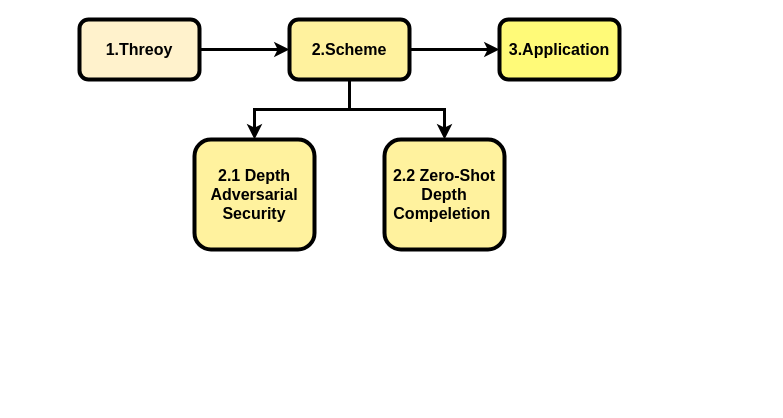
Above: RP/research_framework.drawio in KopiSoftware/draw_cc_cloud (draw.io), before the change. Source tidied: cells renumbered, new cells numbered last; positions are measured from the earlier drawing's top-left corner, leaving out a move shared by most shapes. Both pictures are drawn from the tidied source at 100%, with x=0, y=0 at pixel (79, 19).
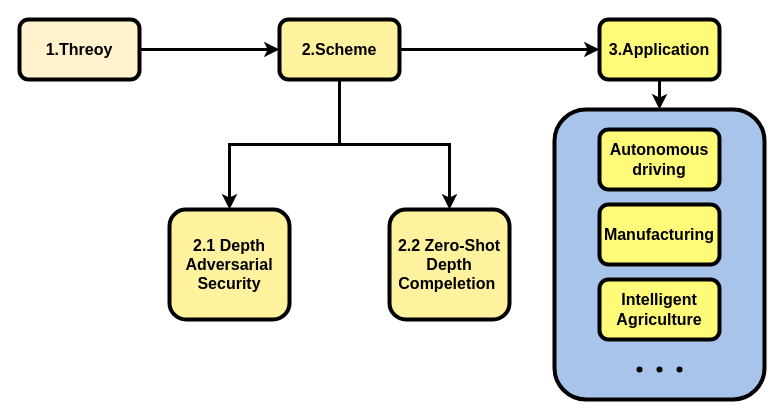
After the change.

Change to the diagram source:
```diff
@@
 <mxGraphModel>
   <root>
     <mxCell id="0" />
     <mxCell id="1" parent="0" />
+    <mxCell id="11" style="rounded=1;whiteSpace=wrap;html=1;strokeWidth=4;fillColor=#A9C4EB;strokeColor=#000000;" parent="1" vertex="1">
+      <mxGeometry x="475" y="90" width="210" height="290" as="geometry" />
+    </mxCell>
     <mxCell id="2" style="edgeStyle=orthogonalEdgeStyle;rounded=0;jettySize=auto;html=1;exitX=1;exitY=0.5;exitDx=0;exitDy=0;entryX=0;entryY=0.5;entryDx=0;entryDy=0;strokeWidth=3;" parent="1" edge="1" source="3" target="7">
       <mxGeometry relative="1" as="geometry" />
     </mxCell>
     <mxCell id="3" value="&lt;b&gt;&lt;font style=&quot;font-size: 16px;&quot;&gt;1.Threoy&lt;/font&gt;&lt;/b&gt;" style="rounded=1;whiteSpace=wrap;html=1;strokeWidth=4;fillColor=#fff2cc;strokeColor=#000000;" parent="1" vertex="1">
-      <mxGeometry width="120" height="60" as="geometry" />
+      <mxGeometry x="-60" width="120" height="60" as="geometry" />
     </mxCell>
     <mxCell id="4" style="edgeStyle=orthogonalEdgeStyle;rounded=0;jettySize=auto;html=1;exitX=0.5;exitY=1;exitDx=0;exitDy=0;entryX=0.5;entryY=0;entryDx=0;entryDy=0;strokeWidth=3;" parent="1" edge="1" source="7" target="10">
       <mxGeometry relative="1" as="geometry" />
     </mxCell>
     <mxCell id="5" style="edgeStyle=orthogonalEdgeStyle;rounded=0;jettySize=auto;html=1;exitX=0.5;exitY=1;exitDx=0;exitDy=0;entryX=0.5;entryY=0;entryDx=0;entryDy=0;strokeWidth=3;" parent="1" edge="1" source="7" target="9">
       <mxGeometry relative="1" as="geometry" />
     </mxCell>
     <mxCell id="6" style="edgeStyle=orthogonalEdgeStyle;rounded=0;jettySize=auto;html=1;exitX=1;exitY=0.5;exitDx=0;exitDy=0;entryX=0;entryY=0.5;entryDx=0;entryDy=0;strokeWidth=3;" parent="1" edge="1" source="7" target="8">
       <mxGeometry relative="1" as="geometry" />
     </mxCell>
     <mxCell id="7" value="&lt;b&gt;&lt;font style=&quot;font-size: 16px;&quot;&gt;2.Scheme&lt;/font&gt;&lt;/b&gt;" style="rounded=1;whiteSpace=wrap;html=1;strokeWidth=4;fillColor=#FFF29E;strokeColor=#000000;" parent="1" vertex="1">
-      <mxGeometry x="210" width="120" height="60" as="geometry" />
+      <mxGeometry x="200" width="120" height="60" as="geometry" />
     </mxCell>
+    <mxCell id="12" style="edgeStyle=orthogonalEdgeStyle;rounded=0;jettySize=auto;html=1;exitX=0.5;exitY=1;exitDx=0;exitDy=0;entryX=0.5;entryY=0;entryDx=0;entryDy=0;strokeWidth=3;" parent="1" edge="1" source="8" target="11">
+      <mxGeometry relative="1" as="geometry" />
+    </mxCell>
     <mxCell id="8" value="&lt;b&gt;&lt;font style=&quot;font-size: 16px;&quot;&gt;3.Application&lt;/font&gt;&lt;/b&gt;" style="rounded=1;whiteSpace=wrap;html=1;strokeWidth=4;fillColor=#FFFA78;" parent="1" vertex="1">
-      <mxGeometry x="420" width="120" height="60" as="geometry" />
+      <mxGeometry x="520" width="120" height="60" as="geometry" />
     </mxCell>
     <mxCell id="9" value="&lt;span style=&quot;font-size: 16px;&quot;&gt;&lt;b&gt;2.2 Zero-Shot&lt;br&gt;Depth&lt;br&gt;Compeletion&amp;nbsp;&lt;/b&gt;&lt;/span&gt;" style="rounded=1;whiteSpace=wrap;html=1;strokeWidth=4;fillColor=#FFF29E;" parent="1" vertex="1">
-      <mxGeometry x="305" y="120" width="120" height="110" as="geometry" />
+      <mxGeometry x="310" y="190" width="120" height="110" as="geometry" />
     </mxCell>
     <mxCell id="10" value="&lt;span style=&quot;font-size: 16px;&quot;&gt;&lt;b&gt;2.1 Depth&lt;br&gt;Adversarial&lt;br&gt;Security&lt;br&gt;&lt;/b&gt;&lt;/span&gt;" style="rounded=1;whiteSpace=wrap;html=1;strokeWidth=4;fillColor=#FFF29E;" parent="1" vertex="1">
-      <mxGeometry x="115" y="120" width="120" height="110" as="geometry" />
+      <mxGeometry x="90" y="190" width="120" height="110" as="geometry" />
     </mxCell>
+    <mxCell id="13" value="&lt;span style=&quot;font-size: 16px;&quot;&gt;&lt;b&gt;Autonomous&lt;br&gt;driving&lt;br&gt;&lt;/b&gt;&lt;/span&gt;" style="rounded=1;whiteSpace=wrap;html=1;strokeWidth=4;fillColor=#FFFA78;" parent="1" vertex="1">
+      <mxGeometry x="520" y="110" width="120" height="60" as="geometry" />
+    </mxCell>
+    <mxCell id="14" value="&lt;b&gt;&lt;font style=&quot;font-size: 16px;&quot;&gt;Manufacturing&lt;/font&gt;&lt;/b&gt;" style="rounded=1;whiteSpace=wrap;html=1;strokeWidth=4;fillColor=#FFFA78;" parent="1" vertex="1">
+      <mxGeometry x="520" y="185" width="120" height="60" as="geometry" />
+    </mxCell>
+    <mxCell id="15" value="&lt;b&gt;&lt;font style=&quot;font-size: 16px;&quot;&gt;Intelligent&lt;br&gt;Agriculture&lt;br&gt;&lt;/font&gt;&lt;/b&gt;" style="rounded=1;whiteSpace=wrap;html=1;strokeWidth=4;fillColor=#FFFA78;" parent="1" vertex="1">
+      <mxGeometry x="520" y="260" width="120" height="60" as="geometry" />
+    </mxCell>
+    <mxCell id="16" style="group;" parent="1" vertex="1">
+      <mxGeometry x="550" y="340" width="60" height="20" as="geometry" />
+    </mxCell>
+    <mxCell id="17" style="shape=waypoint;sketch=0;fillStyle=solid;size=6;fillColor=none;perimeter=centerPerimeter;" parent="16" vertex="1">
+      <mxGeometry width="20" height="20" as="geometry" />
+    </mxCell>
+    <mxCell id="18" style="shape=waypoint;sketch=0;fillStyle=solid;size=6;fillColor=none;perimeter=centerPerimeter;" parent="16" vertex="1">
+      <mxGeometry x="20" width="20" height="20" as="geometry" />
+    </mxCell>
+    <mxCell id="19" style="shape=waypoint;sketch=0;fillStyle=solid;size=6;fillColor=none;perimeter=centerPerimeter;" parent="16" vertex="1">
+      <mxGeometry x="40" width="20" height="20" as="geometry" />
+    </mxCell>
   </root>
 </mxGraphModel>
```
